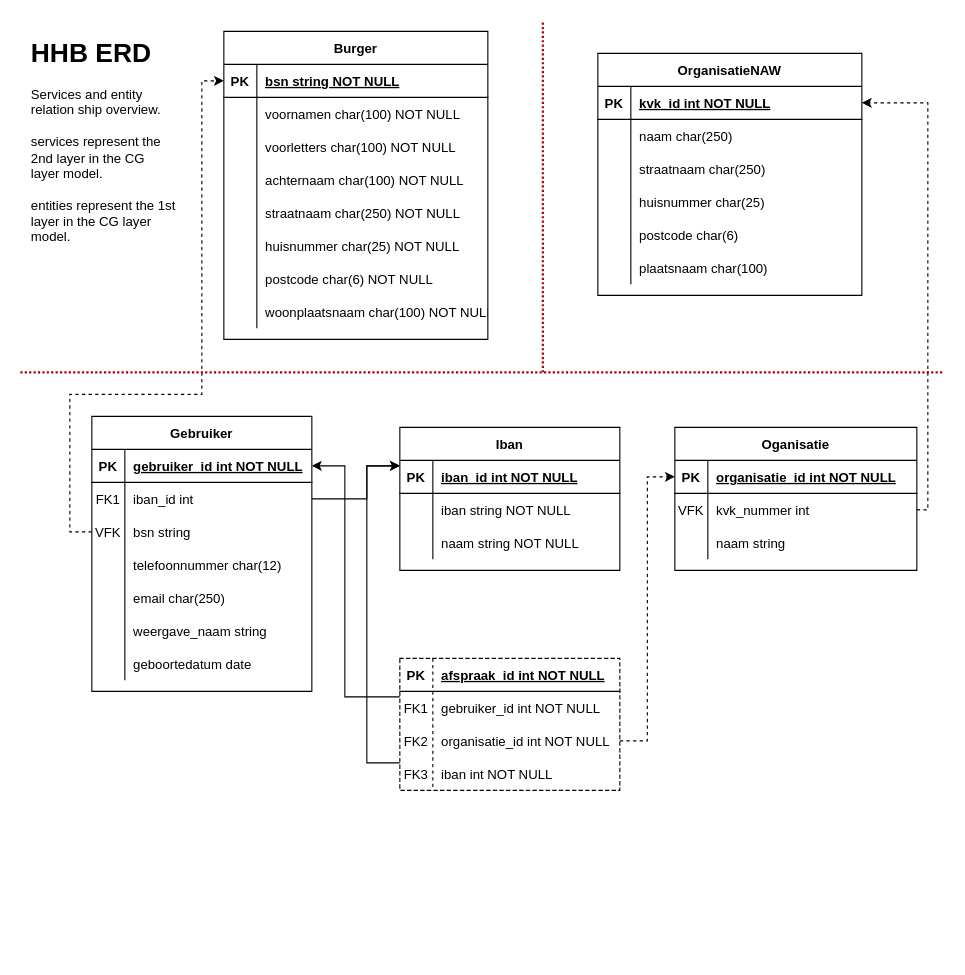
frameless/huishoudboekje-nl-design-system-demo keeps this draw.io diagram as docs/HHB ERD.drawio. Above is the earlier version. Source tidied: cells renumbered, new cells numbered last; positions are measured from the earlier drawing's top-left corner, leaving out a move shared by most shapes. Both pictures are drawn from the tidied source at 110%, with x=0, y=0 at pixel (20, 20).
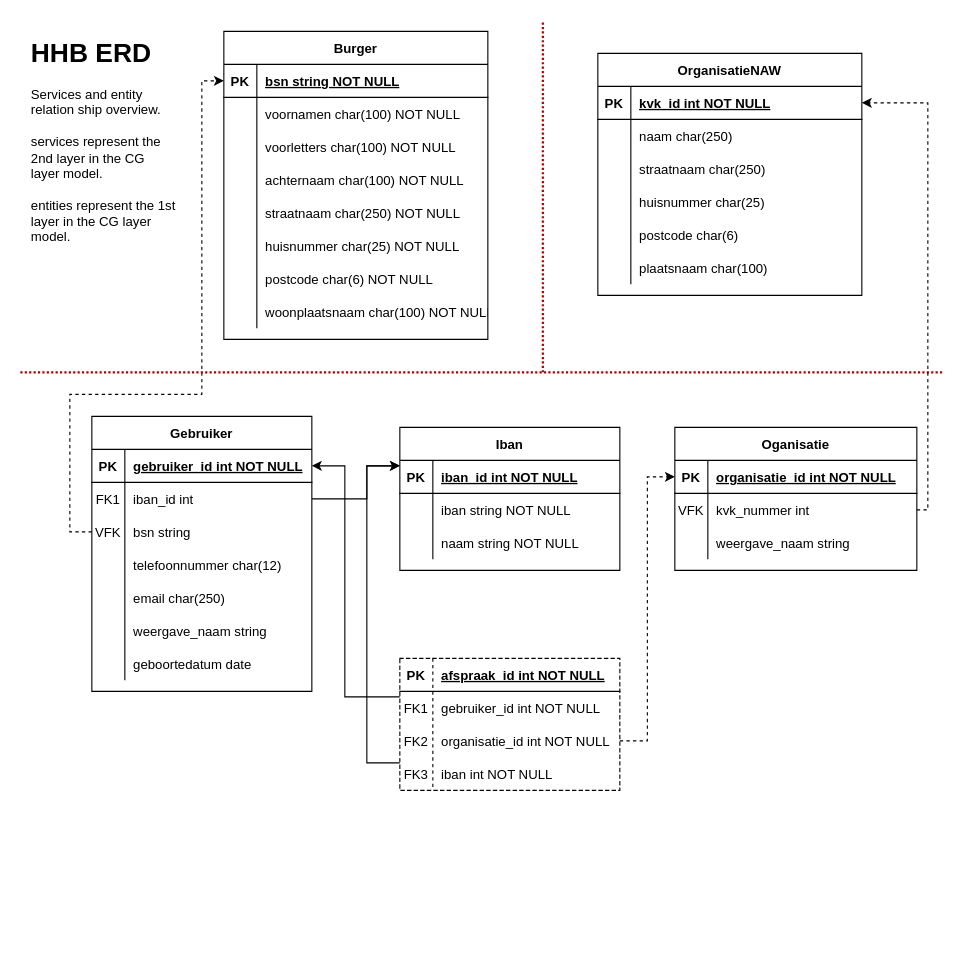
The same page after the edit.

Unchanged cells that the change refers to:
```xml
<mxCell id="109" style="shape=partialRectangle;fillColor=none;top=0;left=0;bottom=0;right=0;" parent="102" vertex="1">
  <mxGeometry y="90" width="220" height="30" as="geometry" />
</mxCell>
```

Diff of the diagram source:
```diff
@@
-    <mxCell id="111" value="naam string" style="shape=partialRectangle;fillColor=none;top=0;left=0;bottom=0;right=0;align=left;spacingLeft=6;overflow=hidden;" parent="109" vertex="1">
+    <mxCell id="111" value="weergave_naam string" style="shape=partialRectangle;fillColor=none;top=0;left=0;bottom=0;right=0;align=left;spacingLeft=6;overflow=hidden;" parent="109" vertex="1">
       <mxGeometry x="30" width="190" height="30" as="geometry" />
     </mxCell>
```
